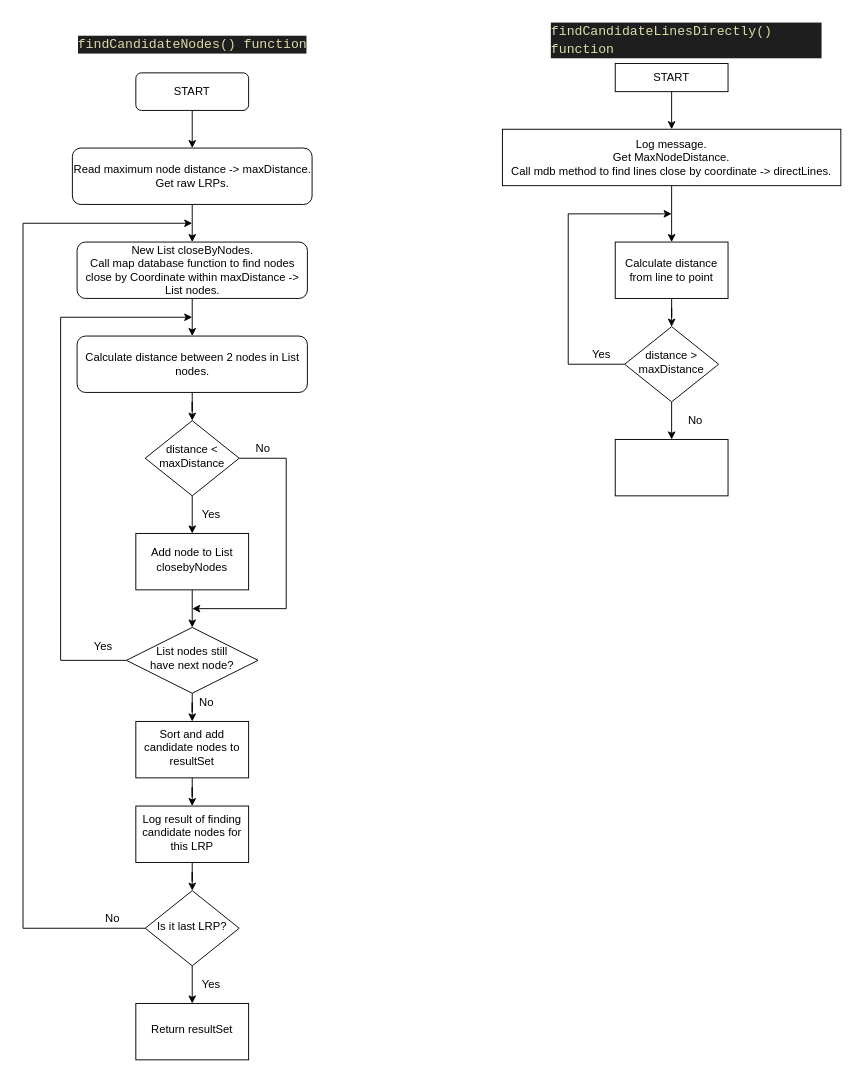
This is page "Candidate Nodes" (1 of 4) of AbstractDecoder.drawio from kiethuynh468/Test, a draw.io file, before an edit. Source tidied: cells renumbered, new cells numbered last; positions are measured from the earlier drawing's top-left corner, leaving out a move shared by most shapes. Both pictures are drawn from the tidied source at 94%, with x=0, y=0 at pixel (23, 16).
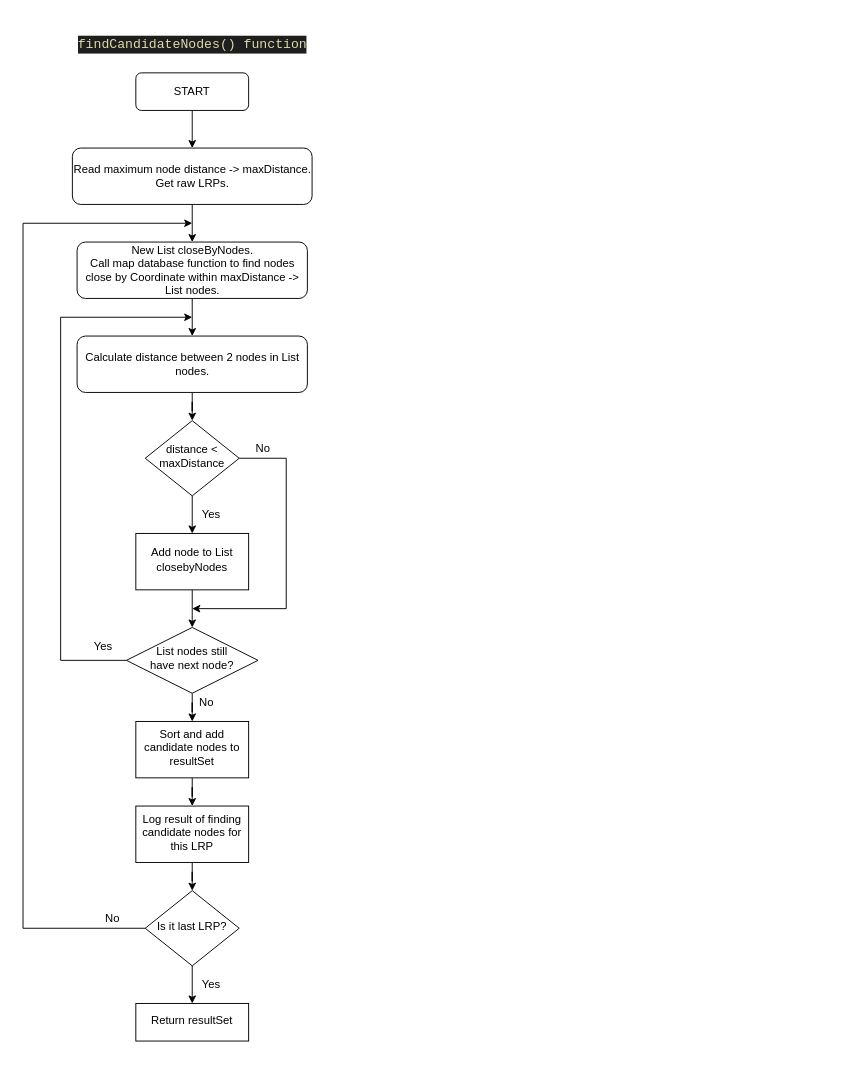
After the change.

Diff of the diagram source:
```diff
@@
     <mxCell id="30" value="Return resultSet" style="whiteSpace=wrap;html=1;shadow=0;strokeWidth=1;spacing=6;spacingTop=-4;" parent="1" vertex="1">
-      <mxGeometry x="120" y="1050" width="120" height="60" as="geometry" />
+      <mxGeometry x="120" y="1050" width="120" height="40" as="geometry" />
     </mxCell>
@@
-    <mxCell id="33" value="&lt;div style=&quot;color: rgb(212 , 212 , 212) ; background-color: rgb(30 , 30 , 30) ; font-family: &amp;#34;consolas&amp;#34; , &amp;#34;courier new&amp;#34; , monospace ; font-weight: normal ; font-size: 14px ; line-height: 19px&quot;&gt;&lt;div&gt;&lt;span style=&quot;color: #dcdcaa&quot;&gt;findCandidateLinesDirectly() function&lt;/span&gt;&lt;/div&gt;&lt;/div&gt;" style="text;whiteSpace=wrap;html=1;" parent="1" vertex="1">
-      <mxGeometry x="560" width="290" height="30" as="geometry" />
-    </mxCell>
-    <mxCell id="34" style="edgeStyle=orthogonalEdgeStyle;rounded=0;jettySize=auto;html=1;" parent="1" edge="1" source="35" target="37">
-      <mxGeometry relative="1" as="geometry" />
-    </mxCell>
-    <mxCell id="35" value="START" style="rounded=0;whiteSpace=wrap;html=1;" parent="1" vertex="1">
-      <mxGeometry x="630" y="50" width="120" height="30" as="geometry" />
-    </mxCell>
-    <mxCell id="36" style="edgeStyle=orthogonalEdgeStyle;rounded=0;jettySize=auto;html=1;" parent="1" edge="1" source="37" target="39">
-      <mxGeometry relative="1" as="geometry" />
-    </mxCell>
-    <mxCell id="37" value="Log message.&lt;br&gt;Get MaxNodeDistance.&lt;br&gt;Call mdb method to find lines close by coordinate -&amp;gt; directLines." style="whiteSpace=wrap;html=1;rounded=0;" parent="1" vertex="1">
-      <mxGeometry x="510" y="120" width="360" height="60" as="geometry" />
-    </mxCell>
-    <mxCell id="38" style="edgeStyle=orthogonalEdgeStyle;rounded=0;jettySize=auto;html=1;" parent="1" edge="1" source="39" target="42">
-      <mxGeometry relative="1" as="geometry" />
-    </mxCell>
-    <mxCell id="39" value="Calculate distance from line to point" style="whiteSpace=wrap;html=1;rounded=0;" parent="1" vertex="1">
-      <mxGeometry x="630" y="240" width="120" height="60" as="geometry" />
-    </mxCell>
-    <mxCell id="40" style="edgeStyle=orthogonalEdgeStyle;rounded=0;jettySize=auto;html=1;" parent="1" edge="1" source="42">
-      <mxGeometry relative="1" as="geometry">
-        <mxPoint x="690" y="210" as="targetPoint" />
-        <Array as="points">
-          <mxPoint x="580" y="370" />
-          <mxPoint x="580" y="210" />
-          <mxPoint x="690" y="210" />
-        </Array>
-      </mxGeometry>
-    </mxCell>
-    <mxCell id="41" style="edgeStyle=orthogonalEdgeStyle;rounded=0;jettySize=auto;html=1;" parent="1" edge="1" source="42" target="44">
-      <mxGeometry relative="1" as="geometry" />
-    </mxCell>
-    <mxCell id="42" value="distance &amp;gt; maxDistance" style="rhombus;whiteSpace=wrap;html=1;shadow=0;fontFamily=Helvetica;fontSize=12;align=center;strokeWidth=1;spacing=6;spacingTop=-4;" parent="1" vertex="1">
-      <mxGeometry x="640" y="330" width="100" height="80" as="geometry" />
-    </mxCell>
-    <mxCell id="43" value="Yes" style="text;html=1;align=center;verticalAlign=middle;strokeColor=none;fillColor=none;" parent="1" vertex="1">
-      <mxGeometry x="600" y="350" width="30" height="20" as="geometry" />
-    </mxCell>
-    <mxCell id="44" style="whiteSpace=wrap;html=1;shadow=0;strokeWidth=1;spacing=6;spacingTop=-4;" parent="1" vertex="1">
-      <mxGeometry x="630" y="450" width="120" height="60" as="geometry" />
-    </mxCell>
-    <mxCell id="45" value="No" style="text;html=1;align=center;verticalAlign=middle;strokeColor=none;fillColor=none;" parent="1" vertex="1">
-      <mxGeometry x="700" y="420" width="30" height="20" as="geometry" />
-    </mxCell>
```
